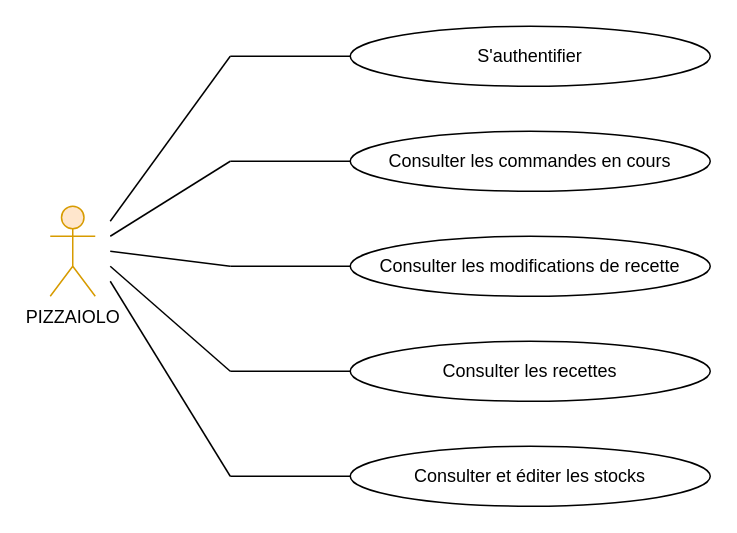
This is Pizzaiolo.drawio from OMorlotti/P4-analyser-les-besoin-de-mon-client-pour-son-groupe-de-pizzerias, a draw.io file, before an edit. Source tidied: cells renumbered, new cells numbered last; positions are measured from the earlier drawing's top-left corner, leaving out a move shared by most shapes. Both pictures are drawn from the tidied source at 150%, with x=0, y=0 at pixel (50, 26).
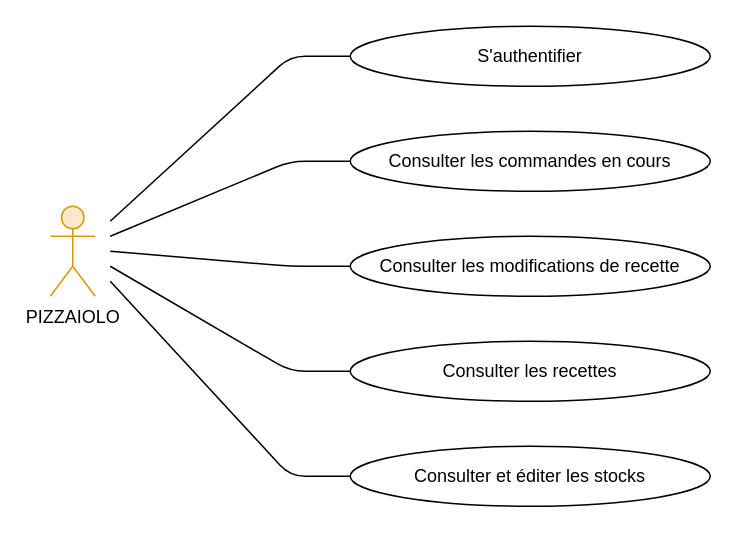
Above is the later version.

Unchanged cells that the change refers to:
```xml
<mxCell id="3" value="S'authentifier" style="ellipse;whiteSpace=wrap;html=1;" parent="1" vertex="1">
  <mxGeometry x="200" width="240" height="40" as="geometry" />
</mxCell>
<mxCell id="4" value="Consulter les commandes en cours" style="ellipse;whiteSpace=wrap;html=1;" parent="1" vertex="1">
  <mxGeometry x="200" y="70" width="240" height="40" as="geometry" />
</mxCell>
<mxCell id="5" value="Consulter les modifications de recette" style="ellipse;whiteSpace=wrap;html=1;" parent="1" vertex="1">
  <mxGeometry x="200" y="140" width="240" height="40" as="geometry" />
</mxCell>
<mxCell id="6" value="Consulter les recettes" style="ellipse;whiteSpace=wrap;html=1;" parent="1" vertex="1">
  <mxGeometry x="200" y="210" width="240" height="40" as="geometry" />
</mxCell>
<mxCell id="7" value="Consulter et éditer les stocks" style="ellipse;whiteSpace=wrap;html=1;" parent="1" vertex="1">
  <mxGeometry x="200" y="280" width="240" height="40" as="geometry" />
</mxCell>
```

Change to the diagram source:
```diff
@@
-    <mxCell id="8" style="endArrow=none;html=1;entryX=0;entryY=0.5;entryDx=0;entryDy=0;" parent="1" edge="1" target="3">
-      <mxGeometry relative="1" as="geometry">
-        <mxPoint x="120" y="20" as="sourcePoint" />
-      </mxGeometry>
-    </mxCell>
-    <mxCell id="9" style="endArrow=none;html=1;entryX=0;entryY=0.5;entryDx=0;entryDy=0;" parent="1" edge="1" target="4">
-      <mxGeometry relative="1" as="geometry">
-        <mxPoint x="120" y="90" as="sourcePoint" />
-      </mxGeometry>
-    </mxCell>
-    <mxCell id="10" style="endArrow=none;html=1;entryX=0;entryY=0.5;entryDx=0;entryDy=0;" parent="1" edge="1" target="5">
-      <mxGeometry relative="1" as="geometry">
-        <mxPoint x="120" y="160" as="sourcePoint" />
-      </mxGeometry>
-    </mxCell>
-    <mxCell id="11" style="endArrow=none;html=1;entryX=0;entryY=0.5;entryDx=0;entryDy=0;" parent="1" edge="1" target="6">
-      <mxGeometry relative="1" as="geometry">
-        <mxPoint x="120" y="230" as="sourcePoint" />
-      </mxGeometry>
-    </mxCell>
-    <mxCell id="12" style="endArrow=none;html=1;entryX=0;entryY=0.5;entryDx=0;entryDy=0;" parent="1" edge="1" target="7">
-      <mxGeometry relative="1" as="geometry">
-        <mxPoint x="120" y="300" as="sourcePoint" />
-      </mxGeometry>
-    </mxCell>
-    <mxCell id="13" style="endArrow=none;html=1;" parent="1" edge="1">
-      <mxGeometry relative="1" as="geometry">
-        <mxPoint x="40" y="130" as="sourcePoint" />
-        <mxPoint x="120" y="20" as="targetPoint" />
-      </mxGeometry>
-    </mxCell>
-    <mxCell id="14" style="endArrow=none;html=1;" parent="1" edge="1">
-      <mxGeometry relative="1" as="geometry">
-        <mxPoint x="40" y="140" as="sourcePoint" />
-        <mxPoint x="120" y="90" as="targetPoint" />
-      </mxGeometry>
-    </mxCell>
-    <mxCell id="15" style="endArrow=none;html=1;" parent="1" edge="1">
-      <mxGeometry relative="1" as="geometry">
-        <mxPoint x="40" y="150" as="sourcePoint" />
-        <mxPoint x="120" y="160" as="targetPoint" />
-      </mxGeometry>
-    </mxCell>
-    <mxCell id="16" style="endArrow=none;html=1;" parent="1" edge="1">
-      <mxGeometry relative="1" as="geometry">
-        <mxPoint x="120" y="230" as="sourcePoint" />
-        <mxPoint x="40" y="160" as="targetPoint" />
-      </mxGeometry>
-    </mxCell>
-    <mxCell id="17" style="endArrow=none;html=1;" parent="1" edge="1">
-      <mxGeometry relative="1" as="geometry">
-        <mxPoint x="120" y="300" as="sourcePoint" />
-        <mxPoint x="40" y="170" as="targetPoint" />
-      </mxGeometry>
-    </mxCell>
+    <mxCell id="18" style="endArrow=none;html=1;entryX=0;entryY=0.5;entryDx=0;entryDy=0;" parent="1" edge="1" target="3">
+      <mxGeometry relative="1" as="geometry">
+        <mxPoint x="40" y="130" as="sourcePoint" />
+        <Array as="points">
+          <mxPoint x="160" y="20" />
+        </Array>
+      </mxGeometry>
+    </mxCell>
+    <mxCell id="19" style="endArrow=none;html=1;entryX=0;entryY=0.5;entryDx=0;entryDy=0;" parent="1" edge="1" target="4">
+      <mxGeometry relative="1" as="geometry">
+        <mxPoint x="40" y="140" as="sourcePoint" />
+        <Array as="points">
+          <mxPoint x="160" y="90" />
+        </Array>
+      </mxGeometry>
+    </mxCell>
+    <mxCell id="20" style="endArrow=none;html=1;entryX=0;entryY=0.5;entryDx=0;entryDy=0;" parent="1" edge="1" target="5">
+      <mxGeometry relative="1" as="geometry">
+        <mxPoint x="40" y="150" as="sourcePoint" />
+        <Array as="points">
+          <mxPoint x="160" y="160" />
+        </Array>
+      </mxGeometry>
+    </mxCell>
+    <mxCell id="21" style="endArrow=none;html=1;exitX=0;exitY=0.5;exitDx=0;exitDy=0;" parent="1" edge="1" source="6">
+      <mxGeometry relative="1" as="geometry">
+        <mxPoint x="40" y="160" as="targetPoint" />
+        <Array as="points">
+          <mxPoint x="160" y="230" />
+        </Array>
+      </mxGeometry>
+    </mxCell>
+    <mxCell id="22" style="endArrow=none;html=1;exitX=0;exitY=0.5;exitDx=0;exitDy=0;" parent="1" edge="1" source="7">
+      <mxGeometry relative="1" as="geometry">
+        <mxPoint x="40" y="170" as="targetPoint" />
+        <Array as="points">
+          <mxPoint x="160" y="300" />
+        </Array>
+      </mxGeometry>
+    </mxCell>
```
